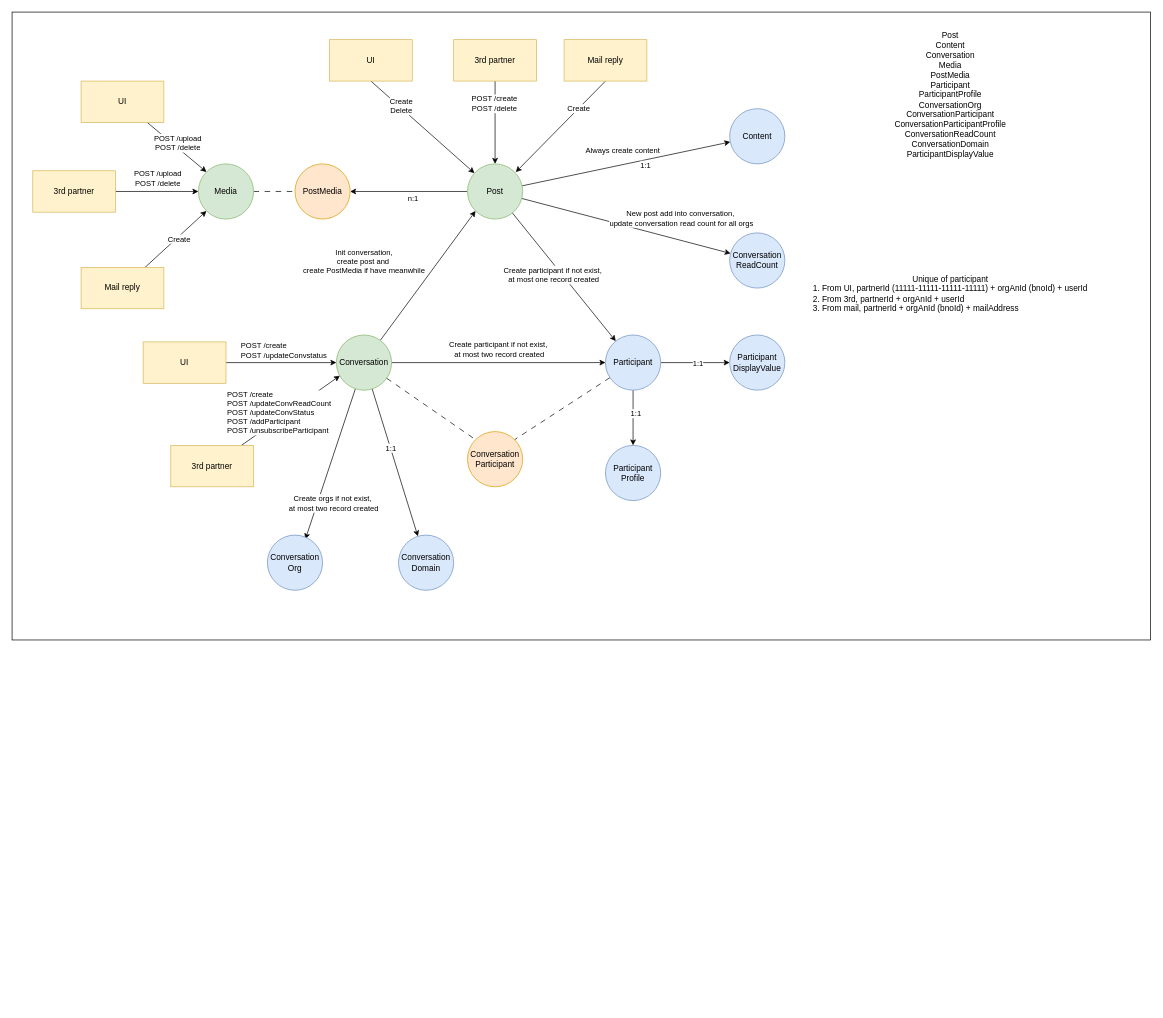
The draw.io diagram page "Page-5" (5 of 5) of messaging.drawio in huangshijie/Drawio, before the edit. Source tidied: cells renumbered, new cells numbered last; positions are measured from the earlier drawing's top-left corner, leaving out a move shared by most shapes. Both pictures are drawn from the tidied source at 69%, with x=0, y=0 at pixel (12, 12).
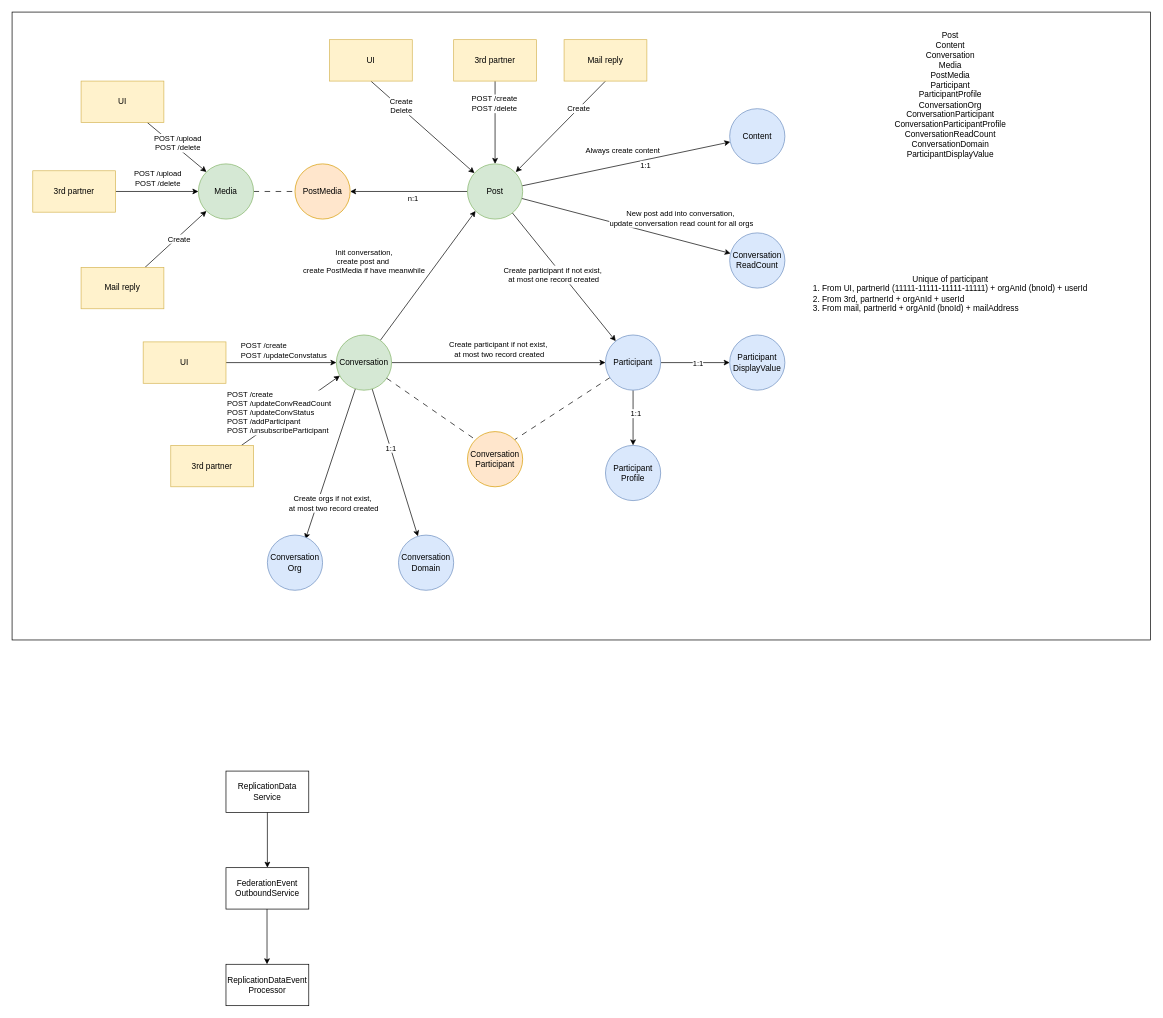
The same diagram, later.

Diff of the diagram source:
```diff
@@
+    <mxCell id="65" value="ReplicationDataEvent&lt;div&gt;Processor&lt;/div&gt;" style="rounded=0;whiteSpace=wrap;html=1;" parent="1" vertex="1">
+      <mxGeometry x="310" y="1380" width="120" height="60" as="geometry" />
+    </mxCell>
+    <mxCell id="66" value="ReplicationData&lt;div&gt;Service&lt;/div&gt;" style="rounded=0;whiteSpace=wrap;html=1;" parent="1" vertex="1">
+      <mxGeometry x="310" y="1100" width="120" height="60" as="geometry" />
+    </mxCell>
+    <mxCell id="67" value="FederationEvent&lt;div&gt;OutboundService&lt;/div&gt;" style="rounded=0;whiteSpace=wrap;html=1;" parent="1" vertex="1">
+      <mxGeometry x="310" y="1240" width="120" height="60" as="geometry" />
+    </mxCell>
+    <mxCell id="68" style="endArrow=classic;html=1;rounded=0;exitX=0.5;exitY=1;exitDx=0;exitDy=0;entryX=0.5;entryY=0;entryDx=0;entryDy=0;" parent="1" edge="1" source="66" target="67">
+      <mxGeometry relative="1" as="geometry" />
+    </mxCell>
+    <mxCell id="69" style="endArrow=classic;html=1;rounded=0;exitX=0.5;exitY=1;exitDx=0;exitDy=0;entryX=0.5;entryY=0;entryDx=0;entryDy=0;" parent="1" edge="1">
+      <mxGeometry relative="1" as="geometry">
+        <mxPoint x="369.5" y="1300" as="sourcePoint" />
+        <mxPoint x="369.5" y="1380" as="targetPoint" />
+      </mxGeometry>
+    </mxCell>
```
